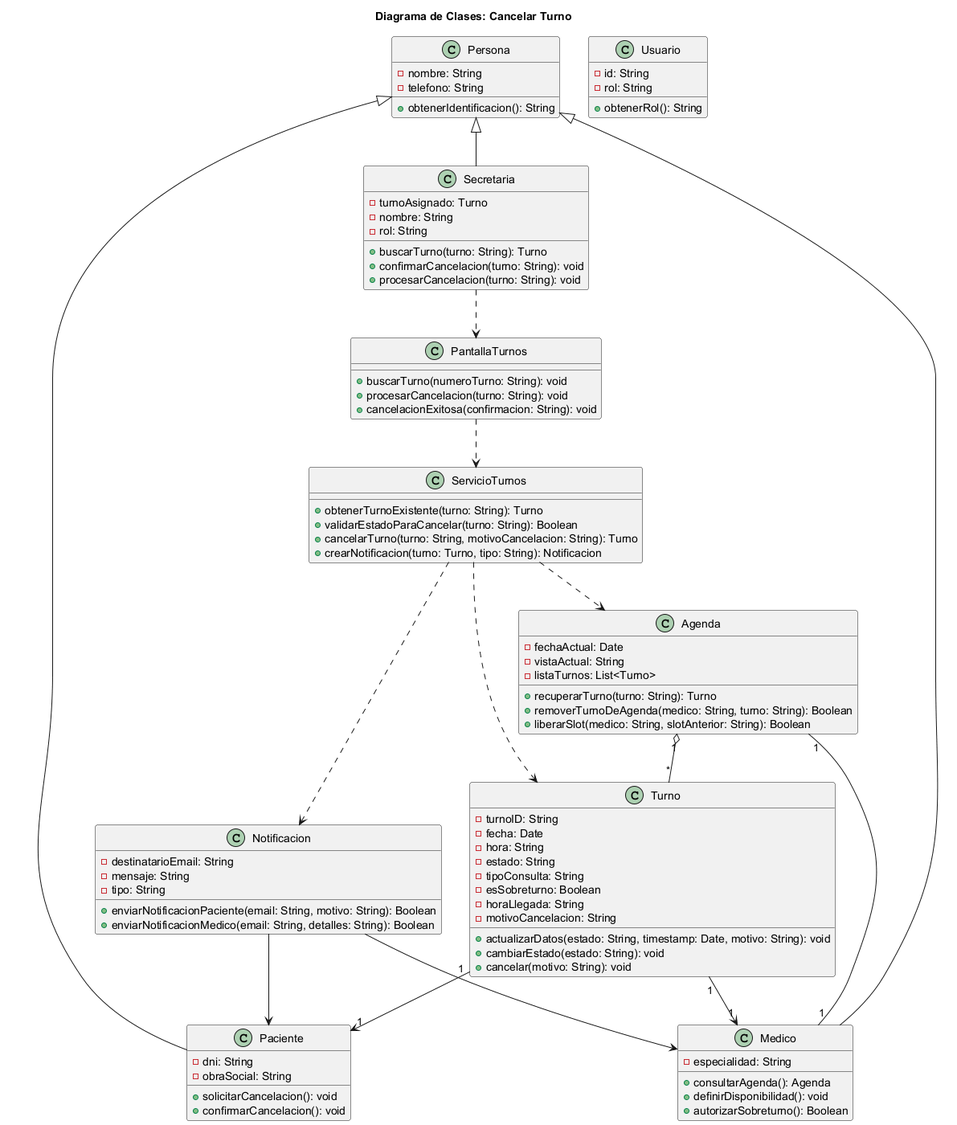
Purezaamor/SistemaTurnosMedicos keeps this PlantUML diagram as diagramas/01-diagrama-clases/03-clases-cancelar-turno-03.png. Above is the earlier version. Its diagram source:
```plantuml
@startuml 03-clases-cancelar-turno-03
title Diagrama de Clases: Cancelar Turno

class Persona {
  - nombre: String
  - telefono: String
  + obtenerIdentificacion(): String
}

class Usuario {
  - id: String
  - rol: String
  + obtenerRol(): String
}

class Paciente {
  - dni: String
  - obraSocial: String
  + solicitarCancelacion(): void
  + confirmarCancelacion(): void
}

class Secretaria {
  - turnoAsignado: Turno
  - nombre: String
  - rol: String
  + buscarTurno(turno: String): Turno
  + confirmarCancelacion(turno: String): void
  + procesarCancelacion(turno: String): void
}

class Medico {
  - especialidad: String
  + consultarAgenda(): Agenda
  + definirDisponibilidad(): void
  + autorizarSobreturno(): Boolean
}

class Agenda {
  - fechaActual: Date
  - vistaActual: String
  - listaTurnos: List<Turno>
  + recuperarTurno(turno: String): Turno
  + removerTurnoDeAgenda(medico: String, turno: String): Boolean
  + liberarSlot(medico: String, slotAnterior: String): Boolean
}

class Turno {
  - turnoID: String
  - fecha: Date
  - hora: String
  - estado: String
  - tipoConsulta: String
  - esSobreturno: Boolean
  - horaLlegada: String
  - motivoCancelacion: String
  + actualizarDatos(estado: String, timestamp: Date, motivo: String): void
  + cambiarEstado(estado: String): void
  + cancelar(motivo: String): void
}

class Notificacion {
  - destinatarioEmail: String
  - mensaje: String
  - tipo: String
  + enviarNotificacionPaciente(email: String, motivo: String): Boolean
  + enviarNotificacionMedico(email: String, detalles: String): Boolean
}

class ServicioTurnos {
  + obtenerTurnoExistente(turno: String): Turno
  + validarEstadoParaCancelar(turno: String): Boolean
  + cancelarTurno(turno: String, motivoCancelacion: String): Turno
  + crearNotificacion(turno: Turno, tipo: String): Notificacion
}

class PantallaTurnos {
  + buscarTurno(numeroTurno: String): void
  + procesarCancelacion(turno: String): void
  + cancelacionExitosa(confirmacion: String): void
}

Persona <|-- Paciente
Persona <|-- Medico
Persona <|-- Secretaria

Agenda "1" o-- "*" Turno
Agenda "1" -- "1" Medico
Turno "1" --> "1" Paciente
Turno "1" --> "1" Medico
ServicioTurnos ..> Agenda
ServicioTurnos ..> Turno
ServicioTurnos ..> Notificacion
PantallaTurnos ..> ServicioTurnos
Secretaria ..> PantallaTurnos
Notificacion --> Paciente
Notificacion --> Medico

@enduml
```
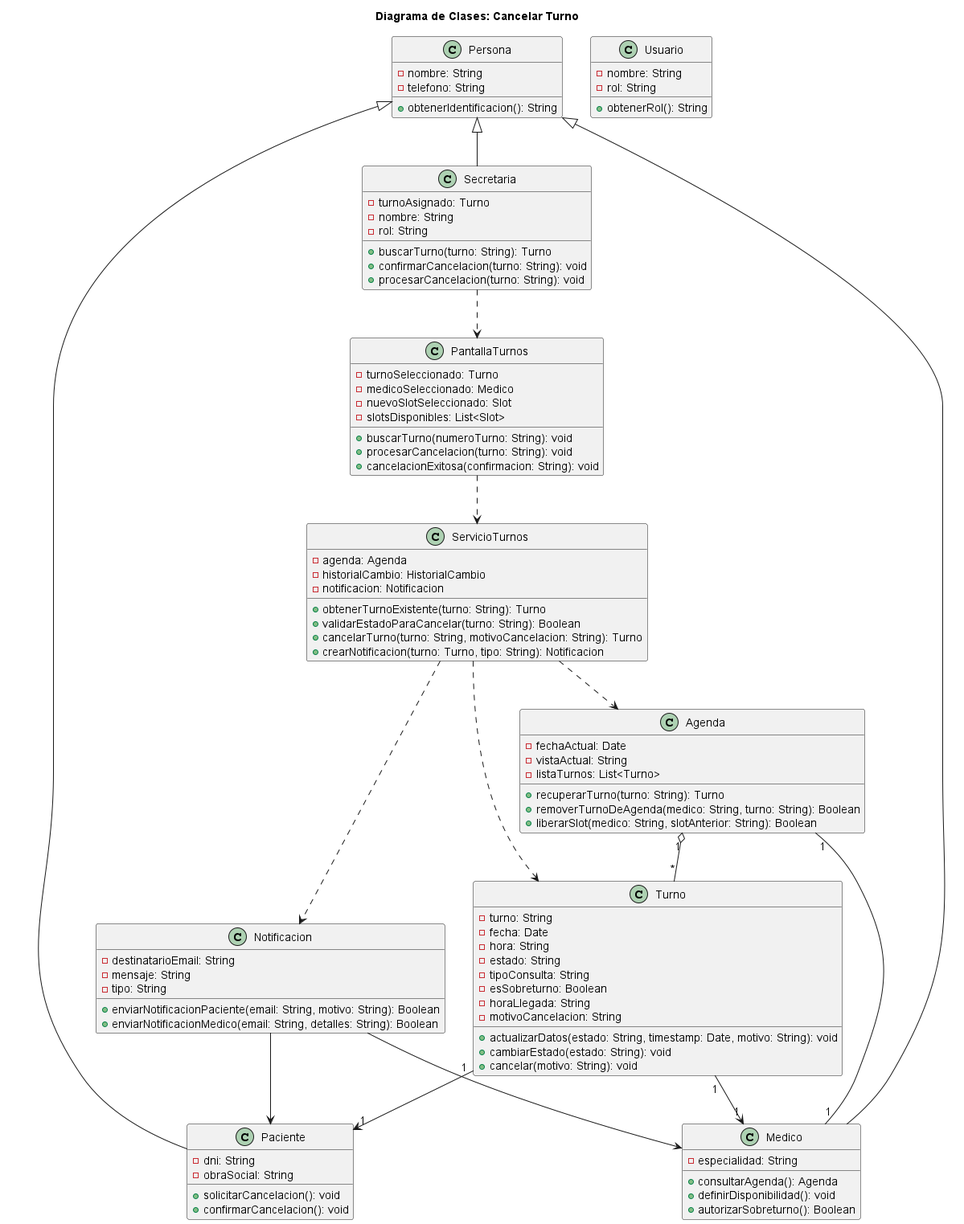
After the commit.

The edit, as a diff of the source:
```diff
@@ -8,7 +8,7 @@
 }
 
 class Usuario {
-  - id: String
+  - nombre: String
   - rol: String
   + obtenerRol(): String
 }
@@ -46,7 +46,7 @@
 }
 
 class Turno {
-  - turnoID: String
+  - turno: String
   - fecha: Date
   - hora: String
   - estado: String
@@ -68,6 +68,9 @@
 }
 
 class ServicioTurnos {
+  - agenda: Agenda
+  - historialCambio: HistorialCambio
+  - notificacion: Notificacion
   + obtenerTurnoExistente(turno: String): Turno
   + validarEstadoParaCancelar(turno: String): Boolean
   + cancelarTurno(turno: String, motivoCancelacion: String): Turno
@@ -75,6 +78,10 @@
 }
 
 class PantallaTurnos {
+  - turnoSeleccionado: Turno
+  - medicoSeleccionado: Medico
+  - nuevoSlotSeleccionado: Slot
+  - slotsDisponibles: List<Slot>
   + buscarTurno(numeroTurno: String): void
   + procesarCancelacion(turno: String): void
   + cancelacionExitosa(confirmacion: String): void
```
